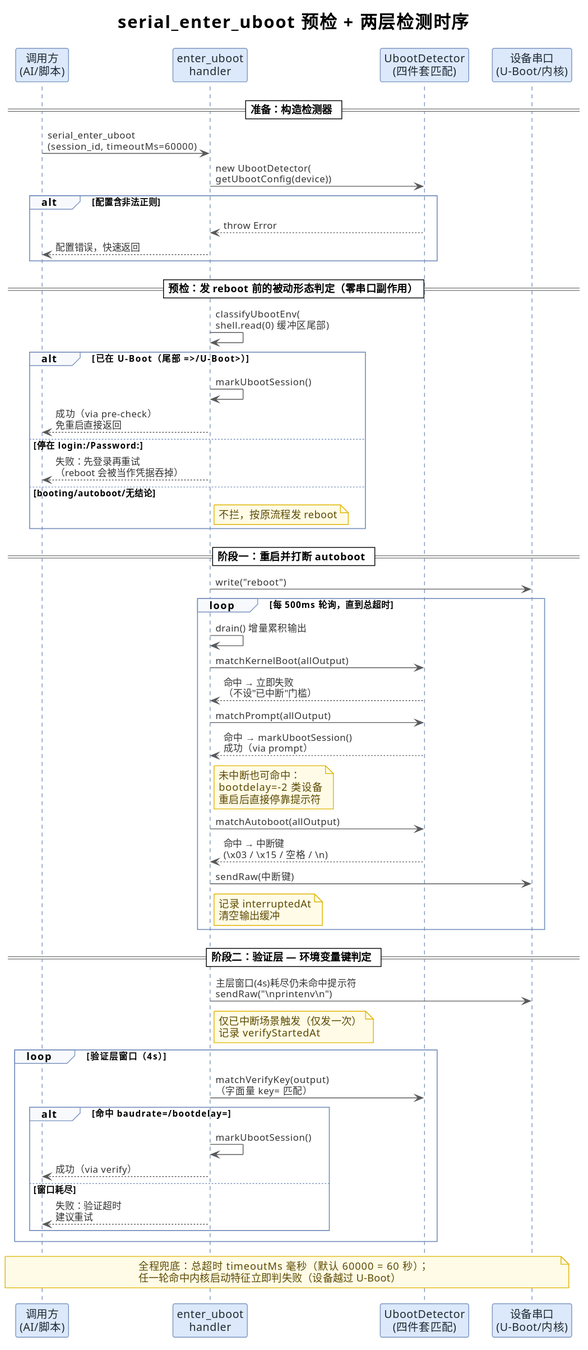
This is docs/MCP-U-Boot标记机制分析/img/enter-uboot-sequence.svg from smk-h/embedded-mcp-toolkit, a PlantUML export, as it was before one commit.
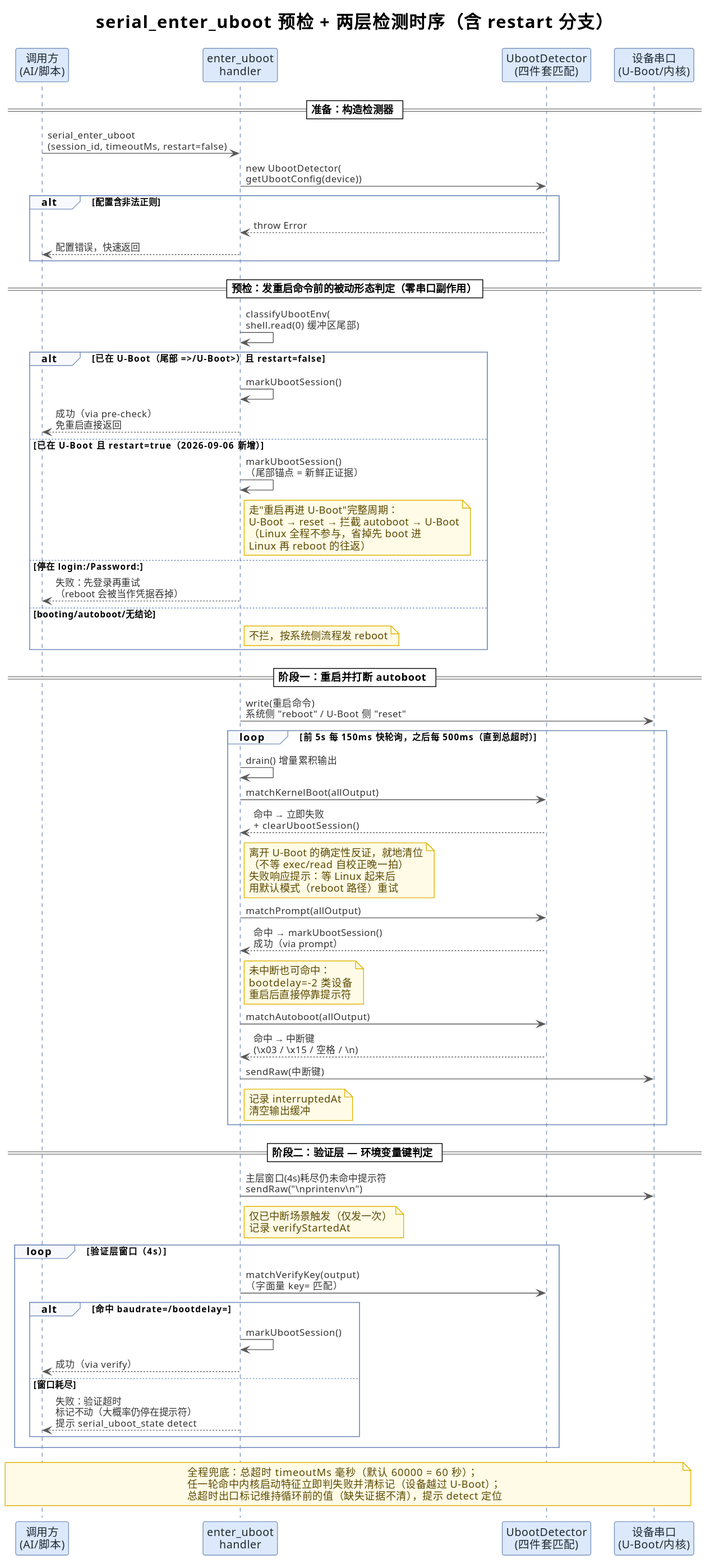
Above is the later version.

Change to the diagram source:
```diff
@@ -16,7 +16,7 @@
 skinparam NoteBorderColor #E0B400
 skinparam NoteFontColor #5C4A00
 
-title serial_enter_uboot 预检 + 两层检测时序
+title serial_enter_uboot 预检 + 两层检测时序（含 restart 分支）
 
 participant "调用方\n(AI/脚本)" as C
 participant "enter_uboot\nhandler" as H
@@ -25,32 +25,36 @@
 
 == 准备：构造检测器 ==
 
-C -> H : serial_enter_uboot\n(session_id, timeoutMs=60000)
+C -> H : serial_enter_uboot\n(session_id, timeoutMs, restart=false)
 H -> D : new UbootDetector(\ngetUbootConfig(device))
 alt 配置含非法正则
   D --> H : throw Error
   H --> C : 配置错误，快速返回
 end
 
-== 预检：发 reboot 前的被动形态判定（零串口副作用）==
+== 预检：发重启命令前的被动形态判定（零串口副作用）==
 
 H -> H : classifyUbootEnv(\nshell.read(0) 缓冲区尾部)
-alt 已在 U-Boot（尾部 =>/U-Boot>）
+alt 已在 U-Boot（尾部 =>/U-Boot>）且 restart=false
   H -> H : markUbootSession()
   H --> C : 成功（via pre-check）\n免重启直接返回
+else 已在 U-Boot 且 restart=true（2026-09-06 新增）
+  H -> H : markUbootSession()\n（尾部锚点 = 新鲜正证据）
+  note right of H : 走"重启再进 U-Boot"完整周期：\nU-Boot → reset → 拦截 autoboot → U-Boot\n（Linux 全程不参与，省掉先 boot 进\nLinux 再 reboot 的往返）
 else 停在 login:/Password:
   H --> C : 失败：先登录再重试\n（reboot 会被当作凭据吞掉）
 else booting/autoboot/无结论
-  note right of H : 不拦，按原流程发 reboot
+  note right of H : 不拦，按系统侧流程发 reboot
 end
 
 == 阶段一：重启并打断 autoboot ==
 
-H -> S : write("reboot")
-loop 每 500ms 轮询，直到总超时
+H -> S : write(重启命令)\n系统侧 "reboot" / U-Boot 侧 "reset"
+loop 前 5s 每 150ms 快轮询，之后每 500ms（直到总超时）
   H -> H : drain() 增量累积输出
   H -> D : matchKernelBoot(allOutput)
-  D --> H : 命中 → 立即失败\n（不设"已中断"门槛）
+  D --> H : 命中 → 立即失败\n+ clearUbootSession()
+  note right of H : 离开 U-Boot 的确定性反证，就地清位\n（不等 exec/read 自校正晚一拍）\n失败响应提示：等 Linux 起来后\n用默认模式（reboot 路径）重试
   H -> D : matchPrompt(allOutput)
   D --> H : 命中 → markUbootSession()\n成功（via prompt）
   note right of H : 未中断也可命中：\nbootdelay=-2 类设备\n重启后直接停靠提示符
@@ -70,12 +74,13 @@
     H -> H : markUbootSession()
     H --> C : 成功（via verify）
   else 窗口耗尽
-    H --> C : 失败：验证超时\n建议重试
+    H --> C : 失败：验证超时\n标记不动（大概率仍停在提示符）\n提示 serial_uboot_state detect
   end
 end
 
 note over C, S
   全程兜底：总超时 timeoutMs 毫秒（默认 60000 = 60 秒）；
-  任一轮命中内核启动特征立即判失败（设备越过 U-Boot）
+  任一轮命中内核启动特征立即判失败并清标记（设备越过 U-Boot）；
+  总超时出口标记维持循环前的值（缺失证据不清），提示 detect 定位
 end note
 @enduml
```
